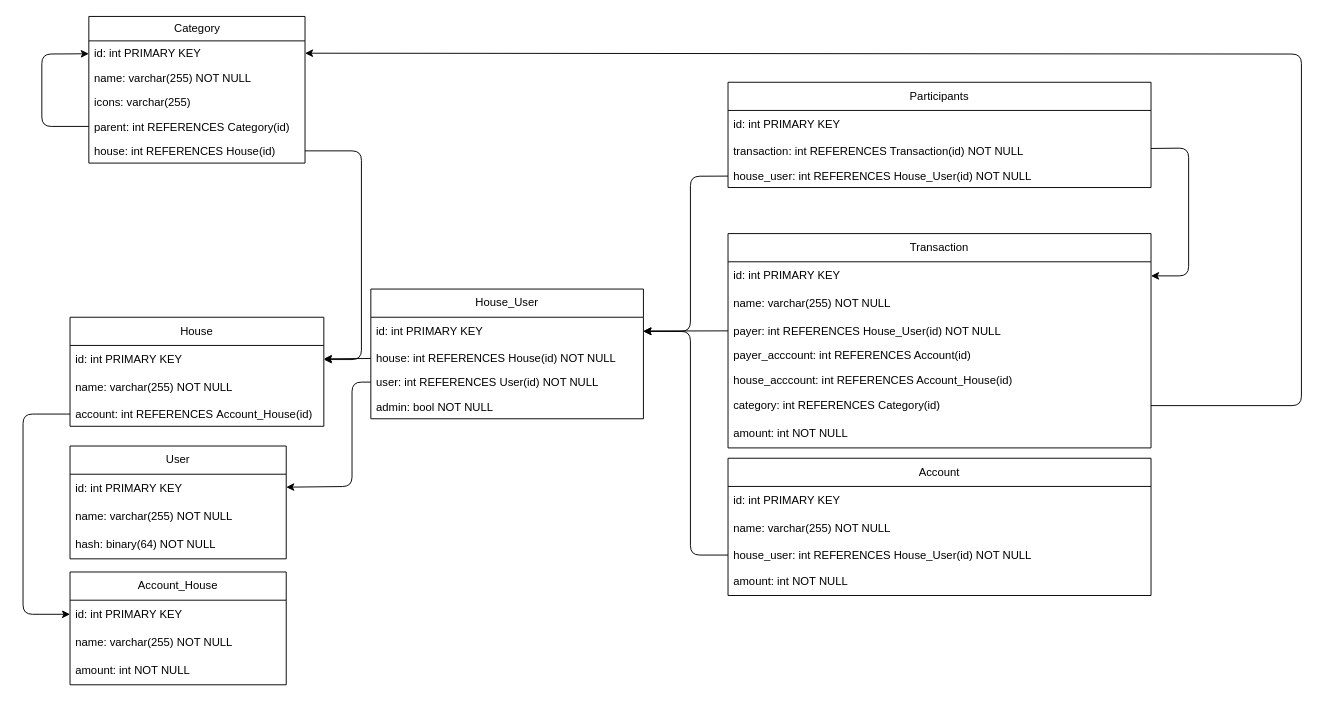
Before: docs/tables.drawio in Rombond/budgestify, a draw.io diagram. Source tidied: cells renumbered, new cells numbered last; positions are measured from the earlier drawing's top-left corner, leaving out a move shared by most shapes. Both pictures are drawn from the tidied source at 94%, with x=0, y=0 at pixel (23, 16).
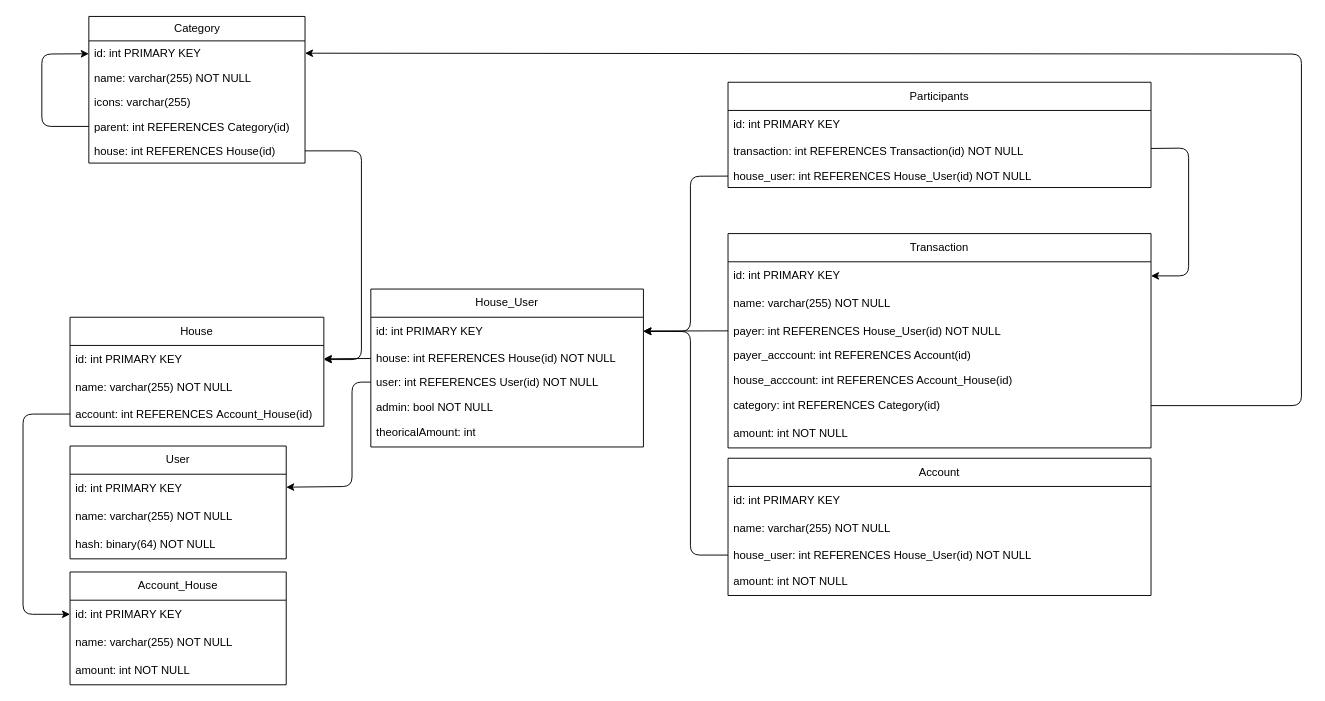
Above is the later version.

Change to the diagram source:
```diff
@@
     <mxCell id="17" value="House_User" style="swimlane;fontStyle=0;horizontal=1;startSize=30;whiteSpace=wrap;html=1;" parent="1" vertex="1">
-      <mxGeometry x="370" y="290" width="290" height="138" as="geometry" />
+      <mxGeometry x="370" y="290" width="290" height="168" as="geometry" />
     </mxCell>
@@
+    <mxCell id="52" value="theoricalAmount: int" style="text;strokeColor=none;fillColor=none;align=left;verticalAlign=middle;spacingLeft=4;spacingRight=4;overflow=hidden;whiteSpace=wrap;html=1;" parent="17" vertex="1">
+      <mxGeometry y="138" width="290" height="30" as="geometry" />
+    </mxCell>
```
